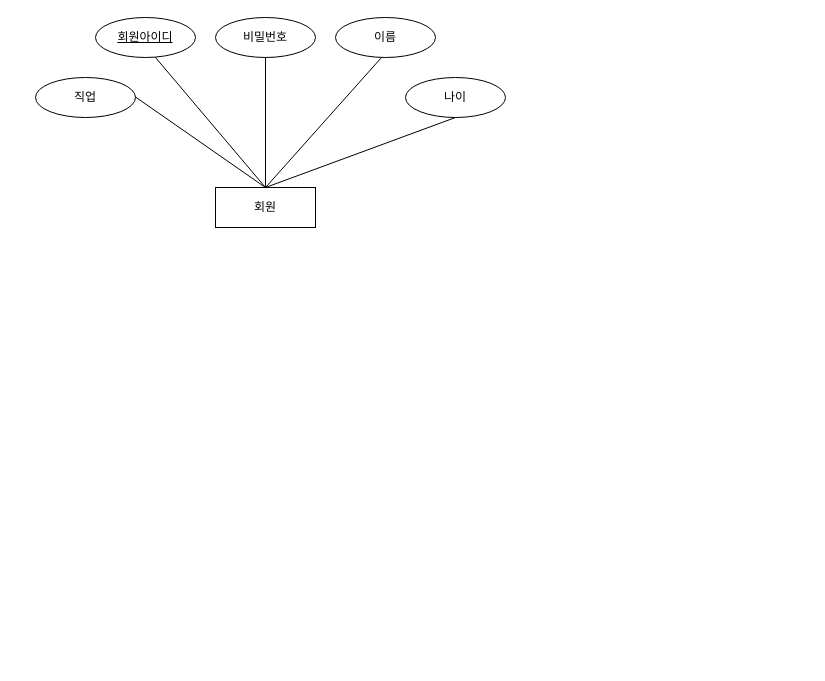
Earlier version of the draw.io diagram 한빛마트.drawio (jinkyungpark/dbdesign). Source tidied: cells renumbered, new cells numbered last; positions are measured from the earlier drawing's top-left corner, leaving out a move shared by most shapes. Both pictures are drawn from the tidied source at 100%, with x=0, y=0 at pixel (35, 17).
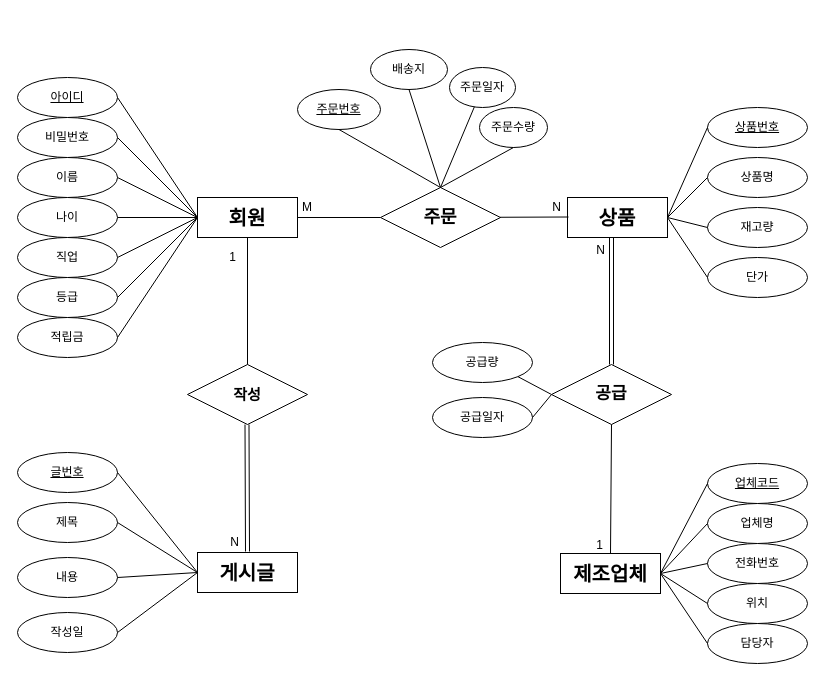
Above is the later version.

Commit message:
한빛마트.drawio 업데이트

Diff of the diagram source:
```diff
@@
-    <mxCell id="2" value="회원" style="whiteSpace=wrap;html=1;align=center;" parent="1" vertex="1">
-      <mxGeometry x="180" y="170" width="100" height="40" as="geometry" />
+    <mxCell id="2" value="&lt;font size=&quot;1&quot; face=&quot;Tahoma&quot;&gt;&lt;b style=&quot;font-size: 20px;&quot;&gt;회원&lt;/b&gt;&lt;/font&gt;" style="whiteSpace=wrap;html=1;align=center;" parent="1" vertex="1">
+      <mxGeometry x="162" y="180" width="100" height="40" as="geometry" />
     </mxCell>
-    <mxCell id="3" value="회원아이디" style="ellipse;whiteSpace=wrap;html=1;align=center;fontStyle=4;" parent="1" vertex="1">
-      <mxGeometry x="60" width="100" height="40" as="geometry" />
-    </mxCell>
     <mxCell id="4" value="비밀번호" style="ellipse;whiteSpace=wrap;html=1;align=center;" parent="1" vertex="1">
-      <mxGeometry x="180" width="100" height="40" as="geometry" />
+      <mxGeometry x="-18" y="100" width="100" height="40" as="geometry" />
     </mxCell>
+    <mxCell id="13" value="아이디" style="ellipse;whiteSpace=wrap;html=1;align=center;fontStyle=4;" parent="1" vertex="1">
+      <mxGeometry x="-18" y="60" width="100" height="40" as="geometry" />
+    </mxCell>
     <mxCell id="5" value="이름" style="ellipse;whiteSpace=wrap;html=1;align=center;" parent="1" vertex="1">
-      <mxGeometry x="300" width="100" height="40" as="geometry" />
+      <mxGeometry x="-18" y="140" width="100" height="40" as="geometry" />
     </mxCell>
     <mxCell id="6" value="나이" style="ellipse;whiteSpace=wrap;html=1;align=center;" parent="1" vertex="1">
-      <mxGeometry x="370" y="60" width="100" height="40" as="geometry" />
+      <mxGeometry x="-18" y="180" width="100" height="40" as="geometry" />
     </mxCell>
     <mxCell id="7" value="직업" style="ellipse;whiteSpace=wrap;html=1;align=center;" parent="1" vertex="1">
-      <mxGeometry y="60" width="100" height="40" as="geometry" />
+      <mxGeometry x="-18" y="220" width="100" height="40" as="geometry" />
     </mxCell>
-    <mxCell id="8" style="endArrow=none;html=1;rounded=0;entryX=0.5;entryY=0;entryDx=0;entryDy=0;" parent="1" edge="1" target="2">
-      <mxGeometry relative="1" as="geometry">
-        <mxPoint x="100" y="79.5" as="sourcePoint" />
-      </mxGeometry>
-    </mxCell>
-    <mxCell id="9" style="endArrow=none;html=1;rounded=0;entryX=0.5;entryY=0;entryDx=0;entryDy=0;" parent="1" edge="1" target="2">
-      <mxGeometry relative="1" as="geometry">
-        <mxPoint x="120" y="40" as="sourcePoint" />
-      </mxGeometry>
-    </mxCell>
-    <mxCell id="10" style="endArrow=none;html=1;rounded=0;" parent="1" edge="1" target="2">
-      <mxGeometry relative="1" as="geometry">
-        <mxPoint x="230" y="40" as="sourcePoint" />
-      </mxGeometry>
-    </mxCell>
-    <mxCell id="11" style="endArrow=none;html=1;rounded=0;entryX=0.5;entryY=0;entryDx=0;entryDy=0;" parent="1" edge="1" target="2">
-      <mxGeometry relative="1" as="geometry">
-        <mxPoint x="346" y="40" as="sourcePoint" />
-      </mxGeometry>
-    </mxCell>
-    <mxCell id="12" style="endArrow=none;html=1;rounded=0;exitX=0.5;exitY=1;exitDx=0;exitDy=0;entryX=0.5;entryY=0;entryDx=0;entryDy=0;" parent="1" edge="1" source="6" target="2">
-      <mxGeometry relative="1" as="geometry" />
-    </mxCell>
+    <mxCell id="14" value="등급" style="ellipse;whiteSpace=wrap;html=1;align=center;" parent="1" vertex="1">
+      <mxGeometry x="-18" y="260" width="100" height="40" as="geometry" />
+    </mxCell>
+    <mxCell id="15" value="적립금" style="ellipse;whiteSpace=wrap;html=1;align=center;" parent="1" vertex="1">
+      <mxGeometry x="-18" y="300" width="100" height="40" as="geometry" />
+    </mxCell>
+    <mxCell id="16" style="endArrow=none;html=1;rounded=0;exitX=1;exitY=0.5;exitDx=0;exitDy=0;entryX=0;entryY=0.5;entryDx=0;entryDy=0;" parent="1" edge="1" source="13" target="2">
+      <mxGeometry relative="1" as="geometry" />
+    </mxCell>
+    <mxCell id="17" style="endArrow=none;html=1;rounded=0;exitX=1;exitY=0.5;exitDx=0;exitDy=0;entryX=0;entryY=0.5;entryDx=0;entryDy=0;" parent="1" edge="1" source="4" target="2">
+      <mxGeometry relative="1" as="geometry" />
+    </mxCell>
+    <mxCell id="18" style="endArrow=none;html=1;rounded=0;exitX=1;exitY=0.5;exitDx=0;exitDy=0;entryX=0;entryY=0.5;entryDx=0;entryDy=0;" parent="1" edge="1" source="7" target="2">
+      <mxGeometry relative="1" as="geometry" />
+    </mxCell>
+    <mxCell id="19" style="endArrow=none;html=1;rounded=0;exitX=1;exitY=0.5;exitDx=0;exitDy=0;" parent="1" edge="1" source="14">
+      <mxGeometry relative="1" as="geometry">
+        <mxPoint x="162" y="200" as="targetPoint" />
+      </mxGeometry>
+    </mxCell>
+    <mxCell id="20" style="endArrow=none;html=1;rounded=0;entryX=1;entryY=0.5;entryDx=0;entryDy=0;" parent="1" edge="1" target="15">
+      <mxGeometry relative="1" as="geometry">
+        <mxPoint x="162" y="200" as="sourcePoint" />
+      </mxGeometry>
+    </mxCell>
+    <mxCell id="21" style="endArrow=none;html=1;rounded=0;exitX=1;exitY=0.5;exitDx=0;exitDy=0;entryX=0;entryY=0.5;entryDx=0;entryDy=0;" parent="1" edge="1" source="5" target="2">
+      <mxGeometry relative="1" as="geometry" />
+    </mxCell>
+    <mxCell id="22" style="endArrow=none;html=1;rounded=0;exitX=1;exitY=0.5;exitDx=0;exitDy=0;entryX=0;entryY=0.5;entryDx=0;entryDy=0;" parent="1" edge="1" target="2">
+      <mxGeometry relative="1" as="geometry">
+        <mxPoint x="82" y="200" as="sourcePoint" />
+      </mxGeometry>
+    </mxCell>
+    <mxCell id="23" value="&lt;font size=&quot;1&quot; face=&quot;Tahoma&quot;&gt;&lt;b style=&quot;font-size: 20px;&quot;&gt;상품&lt;/b&gt;&lt;/font&gt;" style="whiteSpace=wrap;html=1;align=center;direction=west;" parent="1" vertex="1">
+      <mxGeometry x="532" y="180" width="100" height="40" as="geometry" />
+    </mxCell>
+    <mxCell id="24" value="상품명" style="ellipse;whiteSpace=wrap;html=1;align=center;direction=west;" parent="1" vertex="1">
+      <mxGeometry x="672" y="140" width="100" height="40" as="geometry" />
+    </mxCell>
+    <mxCell id="25" value="상품번호" style="ellipse;whiteSpace=wrap;html=1;align=center;fontStyle=4;direction=west;" parent="1" vertex="1">
+      <mxGeometry x="672" y="90" width="100" height="40" as="geometry" />
+    </mxCell>
+    <mxCell id="26" value="재고량" style="ellipse;whiteSpace=wrap;html=1;align=center;direction=west;" parent="1" vertex="1">
+      <mxGeometry x="672" y="190" width="100" height="40" as="geometry" />
+    </mxCell>
+    <mxCell id="27" value="단가" style="ellipse;whiteSpace=wrap;html=1;align=center;direction=west;" parent="1" vertex="1">
+      <mxGeometry x="672" y="240" width="100" height="40" as="geometry" />
+    </mxCell>
+    <mxCell id="28" style="endArrow=none;html=1;rounded=0;exitX=1;exitY=0.5;exitDx=0;exitDy=0;entryX=0;entryY=0.5;entryDx=0;entryDy=0;" parent="1" edge="1" source="25" target="23">
+      <mxGeometry relative="1" as="geometry" />
+    </mxCell>
+    <mxCell id="29" style="endArrow=none;html=1;rounded=0;exitX=1;exitY=0.5;exitDx=0;exitDy=0;entryX=0;entryY=0.5;entryDx=0;entryDy=0;" parent="1" edge="1" source="24" target="23">
+      <mxGeometry relative="1" as="geometry" />
+    </mxCell>
+    <mxCell id="30" style="endArrow=none;html=1;rounded=0;exitX=1;exitY=0.5;exitDx=0;exitDy=0;entryX=0;entryY=0.5;entryDx=0;entryDy=0;" parent="1" edge="1" source="27" target="23">
+      <mxGeometry relative="1" as="geometry" />
+    </mxCell>
+    <mxCell id="31" style="endArrow=none;html=1;rounded=0;exitX=1;exitY=0.5;exitDx=0;exitDy=0;entryX=0;entryY=0.5;entryDx=0;entryDy=0;" parent="1" edge="1" source="26" target="23">
+      <mxGeometry relative="1" as="geometry" />
+    </mxCell>
+    <mxCell id="32" value="전화번호" style="ellipse;whiteSpace=wrap;html=1;align=center;direction=west;" parent="1" vertex="1">
+      <mxGeometry x="672" y="526" width="100" height="40" as="geometry" />
+    </mxCell>
+    <mxCell id="33" value="업체코드" style="ellipse;whiteSpace=wrap;html=1;align=center;fontStyle=4;direction=west;" parent="1" vertex="1">
+      <mxGeometry x="672" y="446" width="100" height="40" as="geometry" />
+    </mxCell>
+    <mxCell id="34" value="위치" style="ellipse;whiteSpace=wrap;html=1;align=center;direction=west;" parent="1" vertex="1">
+      <mxGeometry x="672" y="566" width="100" height="40" as="geometry" />
+    </mxCell>
+    <mxCell id="35" value="담당자" style="ellipse;whiteSpace=wrap;html=1;align=center;direction=west;" parent="1" vertex="1">
+      <mxGeometry x="672" y="606" width="100" height="40" as="geometry" />
+    </mxCell>
+    <mxCell id="36" style="endArrow=none;html=1;rounded=0;exitX=1;exitY=0.5;exitDx=0;exitDy=0;entryX=0;entryY=0.5;entryDx=0;entryDy=0;" parent="1" edge="1" source="33" target="40">
+      <mxGeometry relative="1" as="geometry" />
+    </mxCell>
+    <mxCell id="37" style="endArrow=none;html=1;rounded=0;exitX=1;exitY=0.5;exitDx=0;exitDy=0;entryX=0;entryY=0.5;entryDx=0;entryDy=0;" parent="1" edge="1" source="32" target="40">
+      <mxGeometry relative="1" as="geometry" />
+    </mxCell>
+    <mxCell id="38" style="endArrow=none;html=1;rounded=0;exitX=1;exitY=0.5;exitDx=0;exitDy=0;entryX=0;entryY=0.5;entryDx=0;entryDy=0;" parent="1" edge="1" source="35" target="40">
+      <mxGeometry relative="1" as="geometry" />
+    </mxCell>
+    <mxCell id="39" style="endArrow=none;html=1;rounded=0;exitX=1;exitY=0.5;exitDx=0;exitDy=0;entryX=0;entryY=0.5;entryDx=0;entryDy=0;" parent="1" edge="1" source="34" target="40">
+      <mxGeometry relative="1" as="geometry" />
+    </mxCell>
+    <mxCell id="40" value="&lt;font size=&quot;1&quot; face=&quot;Tahoma&quot;&gt;&lt;b style=&quot;font-size: 20px;&quot;&gt;제조업체&lt;/b&gt;&lt;/font&gt;" style="whiteSpace=wrap;html=1;align=center;direction=west;" parent="1" vertex="1">
+      <mxGeometry x="525" y="536" width="100" height="40" as="geometry" />
+    </mxCell>
+    <mxCell id="41" value="제목" style="ellipse;whiteSpace=wrap;html=1;align=center;direction=east;" parent="1" vertex="1">
+      <mxGeometry x="-18" y="485" width="100" height="40" as="geometry" />
+    </mxCell>
+    <mxCell id="42" value="글번호" style="ellipse;whiteSpace=wrap;html=1;align=center;fontStyle=4;direction=east;" parent="1" vertex="1">
+      <mxGeometry x="-18" y="435" width="100" height="40" as="geometry" />
+    </mxCell>
+    <mxCell id="43" value="내용" style="ellipse;whiteSpace=wrap;html=1;align=center;direction=east;" parent="1" vertex="1">
+      <mxGeometry x="-18" y="540" width="100" height="40" as="geometry" />
+    </mxCell>
+    <mxCell id="44" value="작성일" style="ellipse;whiteSpace=wrap;html=1;align=center;direction=east;" parent="1" vertex="1">
+      <mxGeometry x="-18" y="595" width="100" height="40" as="geometry" />
+    </mxCell>
+    <mxCell id="45" style="endArrow=none;html=1;rounded=0;exitX=1;exitY=0.5;exitDx=0;exitDy=0;entryX=0;entryY=0.5;entryDx=0;entryDy=0;" parent="1" edge="1" source="42" target="49">
+      <mxGeometry relative="1" as="geometry" />
+    </mxCell>
+    <mxCell id="46" style="endArrow=none;html=1;rounded=0;exitX=1;exitY=0.5;exitDx=0;exitDy=0;entryX=0;entryY=0.5;entryDx=0;entryDy=0;" parent="1" edge="1" source="41" target="49">
+      <mxGeometry relative="1" as="geometry" />
+    </mxCell>
+    <mxCell id="47" style="endArrow=none;html=1;rounded=0;exitX=1;exitY=0.5;exitDx=0;exitDy=0;entryX=0;entryY=0.5;entryDx=0;entryDy=0;" parent="1" edge="1" source="44" target="49">
+      <mxGeometry relative="1" as="geometry" />
+    </mxCell>
+    <mxCell id="48" style="endArrow=none;html=1;rounded=0;exitX=1;exitY=0.5;exitDx=0;exitDy=0;entryX=0;entryY=0.5;entryDx=0;entryDy=0;" parent="1" edge="1" source="43" target="49">
+      <mxGeometry relative="1" as="geometry" />
+    </mxCell>
+    <mxCell id="49" value="&lt;font size=&quot;1&quot; face=&quot;Tahoma&quot;&gt;&lt;b style=&quot;font-size: 20px;&quot;&gt;게시글&lt;/b&gt;&lt;/font&gt;" style="whiteSpace=wrap;html=1;align=center;direction=east;" parent="1" vertex="1">
+      <mxGeometry x="162" y="535" width="100" height="40" as="geometry" />
+    </mxCell>
+    <mxCell id="50" value="업체명" style="ellipse;whiteSpace=wrap;html=1;align=center;direction=west;" parent="1" vertex="1">
+      <mxGeometry x="672" y="486" width="100" height="40" as="geometry" />
+    </mxCell>
+    <mxCell id="51" style="endArrow=none;html=1;rounded=0;entryX=1;entryY=0.5;entryDx=0;entryDy=0;exitX=0;exitY=0.5;exitDx=0;exitDy=0;" parent="1" edge="1" source="40" target="50">
+      <mxGeometry relative="1" as="geometry" />
+    </mxCell>
+    <mxCell id="52" value="&lt;font style=&quot;font-size: 18px;&quot;&gt;&lt;b&gt;주문&lt;/b&gt;&lt;/font&gt;" style="shape=rhombus;perimeter=rhombusPerimeter;whiteSpace=wrap;html=1;align=center;" parent="1" vertex="1">
+      <mxGeometry x="345" y="170" width="120" height="60" as="geometry" />
+    </mxCell>
+    <mxCell id="53" style="endArrow=none;html=1;rounded=0;entryX=1;entryY=0.5;entryDx=0;entryDy=0;" parent="1" edge="1" source="52" target="2">
+      <mxGeometry relative="1" as="geometry" />
+    </mxCell>
+    <mxCell id="54" value="M" style="html=1;whiteSpace=wrap;align=right;verticalAlign=bottom;" parent="53" vertex="1">
+      <mxGeometry x="1" relative="1" as="geometry">
+        <mxPoint x="16" y="-2" as="offset" />
+      </mxGeometry>
+    </mxCell>
+    <mxCell id="55" style="endArrow=none;html=1;rounded=0;" parent="1" edge="1" source="52">
+      <mxGeometry relative="1" as="geometry">
+        <mxPoint x="533" y="199.5" as="targetPoint" />
+      </mxGeometry>
+    </mxCell>
+    <mxCell id="56" value="N" style="html=1;whiteSpace=wrap;align=right;verticalAlign=bottom;" parent="55" vertex="1">
+      <mxGeometry x="1" relative="1" as="geometry">
+        <mxPoint x="-6" y="-2" as="offset" />
+      </mxGeometry>
+    </mxCell>
+    <mxCell id="57" value="주문번호" style="ellipse;whiteSpace=wrap;html=1;align=center;fontStyle=4;" parent="1" vertex="1">
+      <mxGeometry x="262" y="72" width="83" height="40" as="geometry" />
+    </mxCell>
+    <mxCell id="58" value="주문수량" style="ellipse;whiteSpace=wrap;html=1;align=center;" parent="1" vertex="1">
+      <mxGeometry x="444" y="90" width="68" height="40" as="geometry" />
+    </mxCell>
+    <mxCell id="59" value="배송지" style="ellipse;whiteSpace=wrap;html=1;align=center;" parent="1" vertex="1">
+      <mxGeometry x="335" y="32" width="77" height="40" as="geometry" />
+    </mxCell>
+    <mxCell id="60" value="주문일자" style="ellipse;whiteSpace=wrap;html=1;align=center;" parent="1" vertex="1">
+      <mxGeometry x="414" y="50" width="66" height="40" as="geometry" />
+    </mxCell>
+    <mxCell id="61" style="endArrow=none;html=1;rounded=0;entryX=0.5;entryY=0;entryDx=0;entryDy=0;exitX=0.5;exitY=1;exitDx=0;exitDy=0;" parent="1" edge="1" source="57" target="52">
+      <mxGeometry relative="1" as="geometry" />
+    </mxCell>
+    <mxCell id="62" style="endArrow=none;html=1;rounded=0;entryX=0.5;entryY=0;entryDx=0;entryDy=0;exitX=0.5;exitY=1;exitDx=0;exitDy=0;" parent="1" edge="1" source="59" target="52">
+      <mxGeometry relative="1" as="geometry" />
+    </mxCell>
+    <mxCell id="63" style="endArrow=none;html=1;rounded=0;entryX=0.5;entryY=0;entryDx=0;entryDy=0;exitX=0.5;exitY=1;exitDx=0;exitDy=0;" parent="1" edge="1" source="58" target="52">
+      <mxGeometry relative="1" as="geometry" />
+    </mxCell>
+    <mxCell id="64" style="endArrow=none;html=1;rounded=0;entryX=0.5;entryY=0;entryDx=0;entryDy=0;" parent="1" edge="1" source="60" target="52">
+      <mxGeometry relative="1" as="geometry" />
+    </mxCell>
+    <mxCell id="65" value="&lt;font style=&quot;font-size: 17px;&quot;&gt;&lt;b&gt;공급&lt;/b&gt;&lt;/font&gt;" style="shape=rhombus;perimeter=rhombusPerimeter;whiteSpace=wrap;html=1;align=center;" parent="1" vertex="1">
+      <mxGeometry x="516" y="347" width="120" height="60" as="geometry" />
+    </mxCell>
+    <mxCell id="66" style="endArrow=none;html=1;rounded=0;entryX=0.5;entryY=1;entryDx=0;entryDy=0;exitX=0.5;exitY=1;exitDx=0;exitDy=0;" parent="1" edge="1" source="65" target="40">
+      <mxGeometry relative="1" as="geometry" />
+    </mxCell>
+    <mxCell id="67" value="1" style="html=1;whiteSpace=wrap;align=right;verticalAlign=bottom;" parent="66" vertex="1">
+      <mxGeometry x="1" relative="1" as="geometry">
+        <mxPoint x="-6" as="offset" />
+      </mxGeometry>
+    </mxCell>
+    <mxCell id="68" value="공급일자" style="ellipse;whiteSpace=wrap;html=1;align=center;" parent="1" vertex="1">
+      <mxGeometry x="397" y="380" width="100" height="40" as="geometry" />
+    </mxCell>
+    <mxCell id="69" value="공급량" style="ellipse;whiteSpace=wrap;html=1;align=center;" parent="1" vertex="1">
+      <mxGeometry x="397" y="325" width="100" height="40" as="geometry" />
+    </mxCell>
+    <mxCell id="70" style="endArrow=none;html=1;rounded=0;entryX=0;entryY=0.5;entryDx=0;entryDy=0;exitX=1;exitY=1;exitDx=0;exitDy=0;" parent="1" edge="1" source="69" target="65">
+      <mxGeometry relative="1" as="geometry" />
+    </mxCell>
+    <mxCell id="71" style="endArrow=none;html=1;rounded=0;exitX=1;exitY=0.5;exitDx=0;exitDy=0;entryX=0;entryY=0.5;entryDx=0;entryDy=0;" parent="1" edge="1" source="68" target="65">
+      <mxGeometry relative="1" as="geometry" />
+    </mxCell>
+    <mxCell id="72" value="&lt;font style=&quot;font-size: 15px;&quot;&gt;&lt;b&gt;작성&lt;/b&gt;&lt;/font&gt;" style="shape=rhombus;perimeter=rhombusPerimeter;whiteSpace=wrap;html=1;align=center;" parent="1" vertex="1">
+      <mxGeometry x="152" y="347" width="120" height="60" as="geometry" />
+    </mxCell>
+    <mxCell id="73" style="endArrow=none;html=1;rounded=0;entryX=0.5;entryY=1;entryDx=0;entryDy=0;exitX=0.5;exitY=0;exitDx=0;exitDy=0;" parent="1" edge="1" source="72" target="2">
+      <mxGeometry relative="1" as="geometry" />
+    </mxCell>
+    <mxCell id="74" value="1" style="html=1;whiteSpace=wrap;align=right;verticalAlign=bottom;" parent="73" vertex="1">
+      <mxGeometry x="1" relative="1" as="geometry">
+        <mxPoint x="-10" y="28" as="offset" />
+      </mxGeometry>
+    </mxCell>
+    <mxCell id="75" style="shape=link;html=1;rounded=0;" parent="1" edge="1">
+      <mxGeometry relative="1" as="geometry">
+        <mxPoint x="211.5" y="407" as="sourcePoint" />
+        <mxPoint x="212" y="534" as="targetPoint" />
+      </mxGeometry>
+    </mxCell>
+    <mxCell id="76" value="N" style="html=1;whiteSpace=wrap;align=right;verticalAlign=bottom;" parent="75" vertex="1">
+      <mxGeometry x="1" relative="1" as="geometry">
+        <mxPoint x="-7" y="-1" as="offset" />
+      </mxGeometry>
+    </mxCell>
+    <mxCell id="77" style="shape=link;html=1;rounded=0;entryX=0.5;entryY=0;entryDx=0;entryDy=0;exitX=0.5;exitY=0;exitDx=0;exitDy=0;" parent="1" edge="1" source="65">
+      <mxGeometry relative="1" as="geometry">
+        <mxPoint x="576" y="220" as="targetPoint" />
+      </mxGeometry>
+    </mxCell>
+    <mxCell id="78" value="N" style="html=1;whiteSpace=wrap;align=right;verticalAlign=bottom;" parent="77" vertex="1">
+      <mxGeometry x="1" relative="1" as="geometry">
+        <mxPoint x="-5" y="21" as="offset" />
+      </mxGeometry>
+    </mxCell>
```
